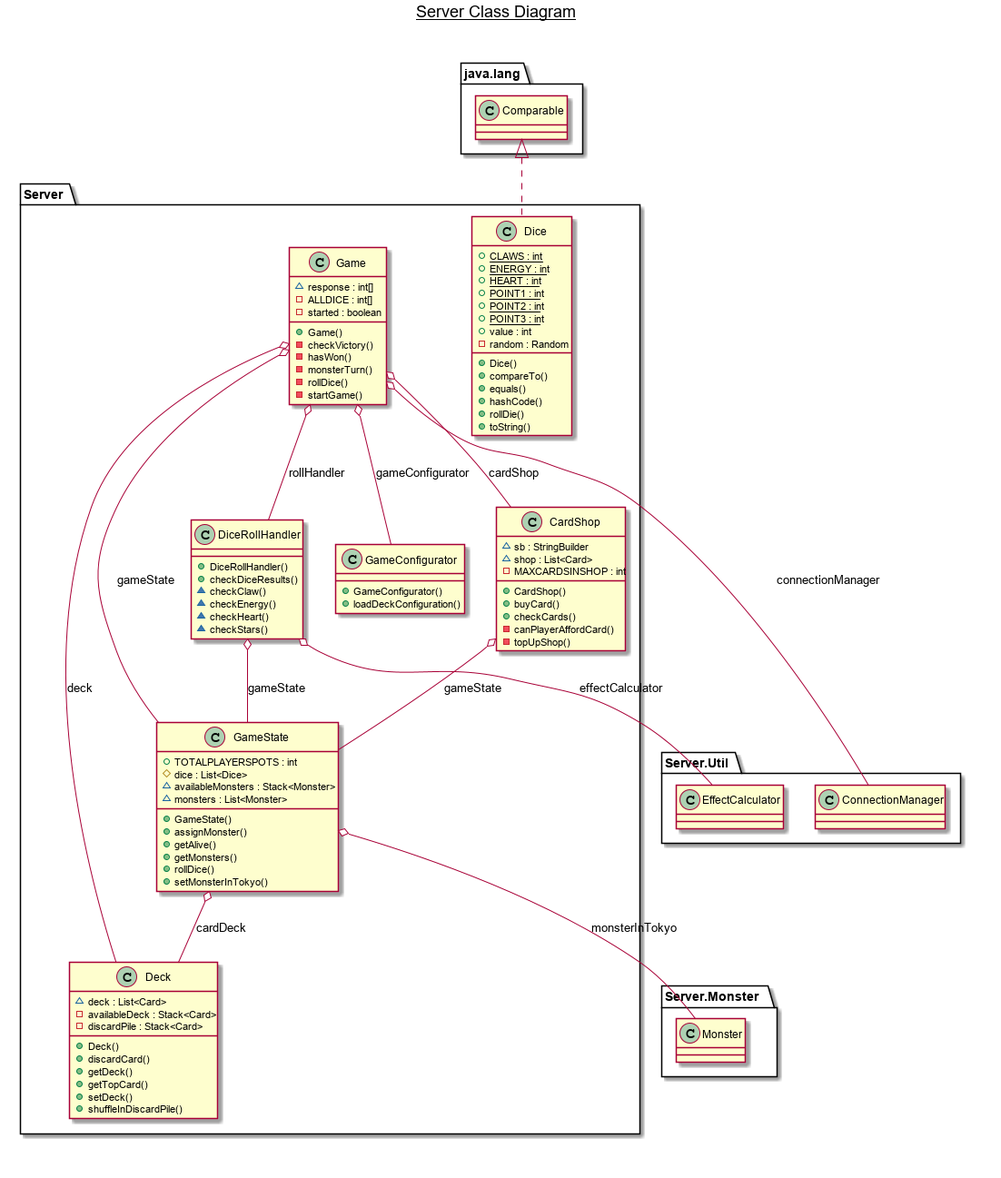
Earlier version of the PlantUML export images/Server.png (PandaFood/D7032E-Hemtenta). The source it was exported from:
```plantuml
@startuml

title __Server Class Diagram__\n

    namespace Server {
      class Server.CardShop {
          ~ sb : StringBuilder
          ~ shop : List<Card>
          - MAXCARDSINSHOP : int
          + CardShop()
          + buyCard()
          + checkCards()
          - canPlayerAffordCard()
          - topUpShop()
      }
    }


    namespace Server {
      class Server.Deck {
          ~ deck : List<Card>
          - availableDeck : Stack<Card>
          - discardPile : Stack<Card>
          + Deck()
          + discardCard()
          + getDeck()
          + getTopCard()
          + setDeck()
          + shuffleInDiscardPile()
      }
    }


    namespace Server {
      class Server.Dice {
          {static} + CLAWS : int
          {static} + ENERGY : int
          {static} + HEART : int
          {static} + POINT1 : int
          {static} + POINT2 : int
          {static} + POINT3 : int
          + value : int
          - random : Random
          + Dice()
          + compareTo()
          + equals()
          + hashCode()
          + rollDie()
          + toString()
      }
    }



    namespace Server {
      class Server.DiceRollHandler {
          + DiceRollHandler()
          + checkDiceResults()
          ~ checkClaw()
          ~ checkEnergy()
          ~ checkHeart()
          ~ checkStars()
      }
    }



    namespace Server {
      class Server.Game {
          ~ response : int[]
          - ALLDICE : int[]
          - started : boolean
          + Game()
          - checkVictory()
          - hasWon()
          - monsterTurn()
          - rollDice()
          - startGame()
      }
    }



    namespace Server {
      class Server.GameConfigurator {
          + GameConfigurator()
          + loadDeckConfiguration()
      }
    }



    namespace Server {
      class Server.GameState {
          + TOTALPLAYERSPOTS : int
          # dice : List<Dice>
          ~ availableMonsters : Stack<Monster>
          ~ monsters : List<Monster>
          + GameState()
          + assignMonster()
          + getAlive()
          + getMonsters()
          + rollDice()
          + setMonsterInTokyo()
      }
    }

  Server.CardShop o-- Server.GameState : gameState
  Server.Dice .up.|> java.lang.Comparable
  Server.DiceRollHandler o-- Server.Util.EffectCalculator : effectCalculator
  Server.DiceRollHandler o-- Server.GameState : gameState
  Server.Game o-- Server.CardShop : cardShop
  Server.Game o-- Server.Util.ConnectionManager : connectionManager
  Server.Game o-- Server.Deck : deck
  Server.Game o-- Server.GameConfigurator : gameConfigurator
  Server.Game o-- Server.GameState : gameState
  Server.Game o-- Server.DiceRollHandler : rollHandler
  Server.GameState o-- Server.Deck : cardDeck
  Server.GameState o-- Server.Monster.Monster : monsterInTokyo


right footer

endfooter

@enduml
```
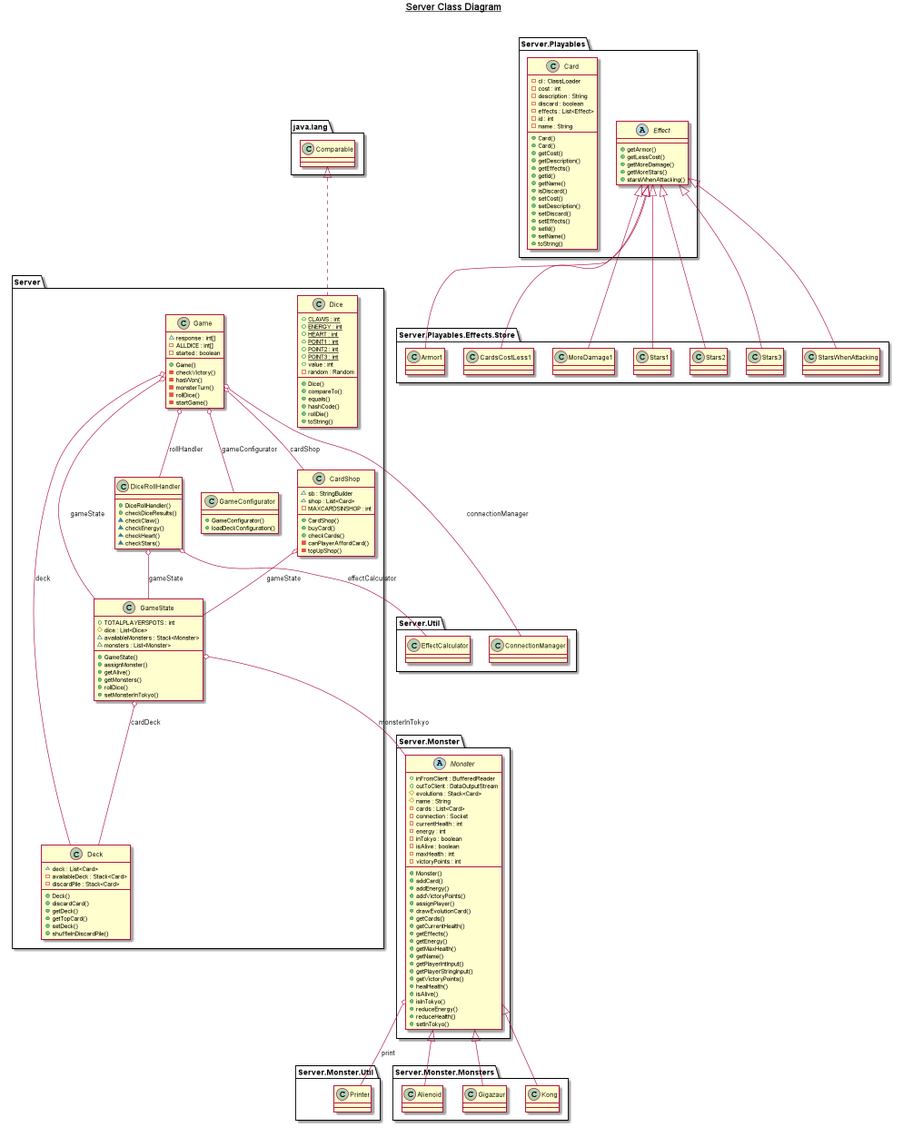
After the change.

Diff of the diagram source:
```diff
@@ -13,10 +13,7 @@
           - canPlayerAffordCard()
           - topUpShop()
       }
-    }
 
-
-    namespace Server {
       class Server.Deck {
           ~ deck : List<Card>
           - availableDeck : Stack<Card>
@@ -28,10 +25,7 @@
           + setDeck()
           + shuffleInDiscardPile()
       }
-    }
 
-
-    namespace Server {
       class Server.Dice {
           {static} + CLAWS : int
           {static} + ENERGY : int
@@ -48,11 +42,7 @@
           + rollDie()
           + toString()
       }
-    }
 
-
-
-    namespace Server {
       class Server.DiceRollHandler {
           + DiceRollHandler()
           + checkDiceResults()
@@ -61,11 +51,7 @@
           ~ checkHeart()
           ~ checkStars()
       }
-    }
 
-
-
-    namespace Server {
       class Server.Game {
           ~ response : int[]
           - ALLDICE : int[]
@@ -77,20 +63,12 @@
           - rollDice()
           - startGame()
       }
-    }
 
-
-
-    namespace Server {
       class Server.GameConfigurator {
           + GameConfigurator()
           + loadDeckConfiguration()
       }
-    }
 
-
-
-    namespace Server {
       class Server.GameState {
           + TOTALPLAYERSPOTS : int
           # dice : List<Dice>
@@ -103,20 +81,104 @@
           + rollDice()
           + setMonsterInTokyo()
       }
+
+      abstract class Server.Monster.Monster {
+                  + inFromClient : BufferedReader
+                  + outToClient : DataOutputStream
+                  # evolutions : Stack<Card>
+                  # name : String
+                  - cards : List<Card>
+                  - connection : Socket
+                  - currentHealth : int
+                  - energy : int
+                  - inTokyo : boolean
+                  - isAlive : boolean
+                  - maxHealth : int
+                  - victoryPoints : int
+                  + Monster()
+                  + addCard()
+                  + addEnergy()
+                  + addVictoryPoints()
+                  + assignPlayer()
+                  + drawEvolutionCard()
+                  + getCards()
+                  + getCurrentHealth()
+                  + getEffects()
+                  + getEnergy()
+                  + getMaxHealth()
+                  + getName()
+                  + getPlayerIntInput()
+                  + getPlayerStringInput()
+                  + getVictoryPoints()
+                  + healHealth()
+                  + isAlive()
+                  + isInTokyo()
+                  + reduceEnergy()
+                  + reduceHealth()
+                  + setInTokyo()
+              }
+
+              class Server.Playables.Card {
+                          - cl : ClassLoader
+                          - cost : int
+                          - description : String
+                          - discard : boolean
+                          - effects : List<Effect>
+                          - id : int
+                          - name : String
+                          + Card()
+                          + Card()
+                          + getCost()
+                          + getDescription()
+                          + getEffects()
+                          + getId()
+                          + getName()
+                          + isDiscard()
+                          + setCost()
+                          + setDescription()
+                          + setDiscard()
+                          + setEffects()
+                          + setId()
+                          + setName()
+                          + toString()
+              }
+
+
+              abstract class Server.Playables.Effect {
+                          + getArmor()
+                          + getLessCost()
+                          + getMoreDamage()
+                          + getMoreStars()
+                          + starsWhenAttacking()
+              }
+
     }
 
-  Server.CardShop o-- Server.GameState : gameState
-  Server.Dice .up.|> java.lang.Comparable
-  Server.DiceRollHandler o-- Server.Util.EffectCalculator : effectCalculator
-  Server.DiceRollHandler o-- Server.GameState : gameState
-  Server.Game o-- Server.CardShop : cardShop
-  Server.Game o-- Server.Util.ConnectionManager : connectionManager
-  Server.Game o-- Server.Deck : deck
-  Server.Game o-- Server.GameConfigurator : gameConfigurator
-  Server.Game o-- Server.GameState : gameState
-  Server.Game o-- Server.DiceRollHandler : rollHandler
-  Server.GameState o-- Server.Deck : cardDeck
-  Server.GameState o-- Server.Monster.Monster : monsterInTokyo
+    Server.CardShop o-- Server.GameState : gameState
+    Server.Dice .up.|> java.lang.Comparable
+    Server.DiceRollHandler o-- Server.Util.EffectCalculator : effectCalculator
+    Server.DiceRollHandler o-- Server.GameState : gameState
+    Server.Game o-- Server.CardShop : cardShop
+    Server.Game o-- Server.Util.ConnectionManager : connectionManager
+    Server.Game o-- Server.Deck : deck
+    Server.Game o-- Server.GameConfigurator : gameConfigurator
+    Server.Game o-- Server.GameState : gameState
+    Server.Game o-- Server.DiceRollHandler : rollHandler
+    Server.GameState o-- Server.Deck : cardDeck
+    Server.GameState o-- Server.Monster.Monster : monsterInTokyo
+    Server.Monster.Monster o-- Server.Monster.Util.Printer : print
+    Server.Monster.Monsters.Alienoid -up-|> Server.Monster.Monster
+    Server.Monster.Monsters.Gigazaur -up-|> Server.Monster.Monster
+    Server.Monster.Monsters.Kong -up-|> Server.Monster.Monster
+    Server.Playables.Effects.Store.Armor1 -up-|> Server.Playables.Effect
+    Server.Playables.Effects.Store.CardsCostLess1 -up-|> Server.Playables.Effect
+    Server.Playables.Effects.Store.MoreDamage1 -up-|> Server.Playables.Effect
+    Server.Playables.Effects.Store.Stars1 -up-|> Server.Playables.Effect
+    Server.Playables.Effects.Store.Stars2 -up-|> Server.Playables.Effect
+    Server.Playables.Effects.Store.Stars3 -up-|> Server.Playables.Effect
+    Server.Playables.Effects.Store.StarsWhenAttacking -up-|> Server.Playables.Effect
+
+
 
 
 right footer
```
